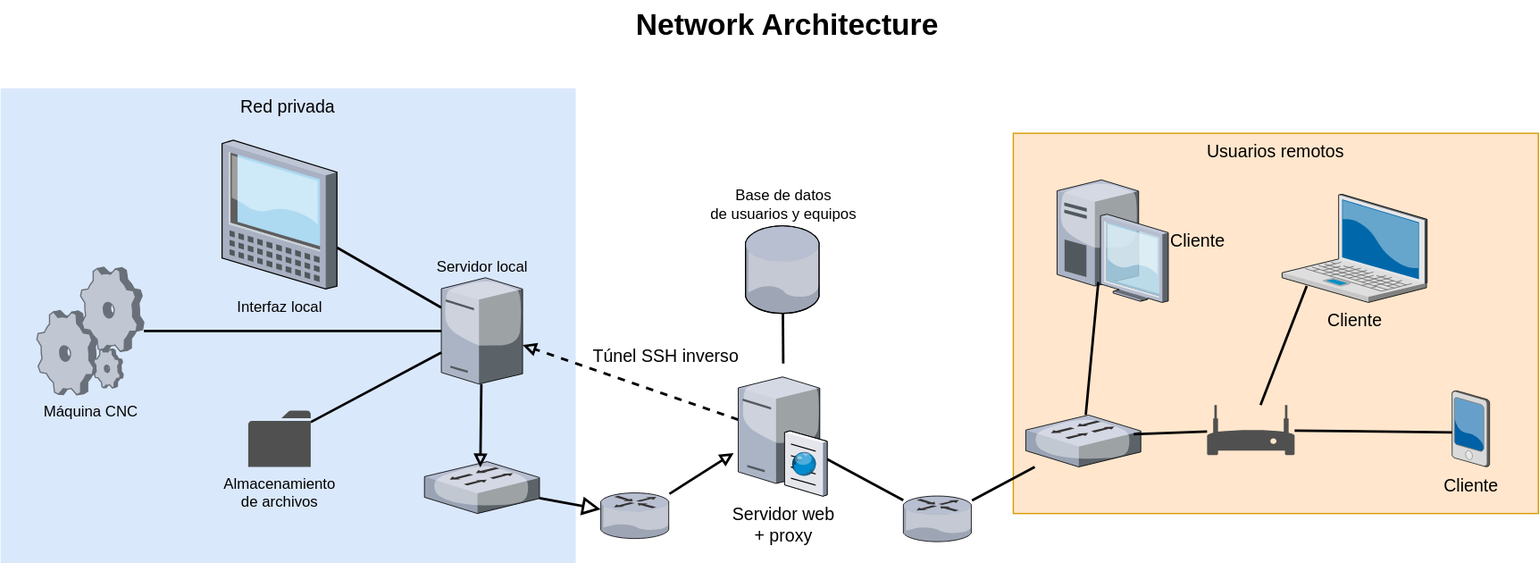
This is docs/design/network/network-diagram.drawio.svg from Leandro-Bertoluzzi/remote-cnc-workgroup, a draw.io export, as it was before one commit. Source tidied: cells renumbered, new cells last; positions are measured from the earlier drawing's top-left corner, leaving out a move shared by most shapes.
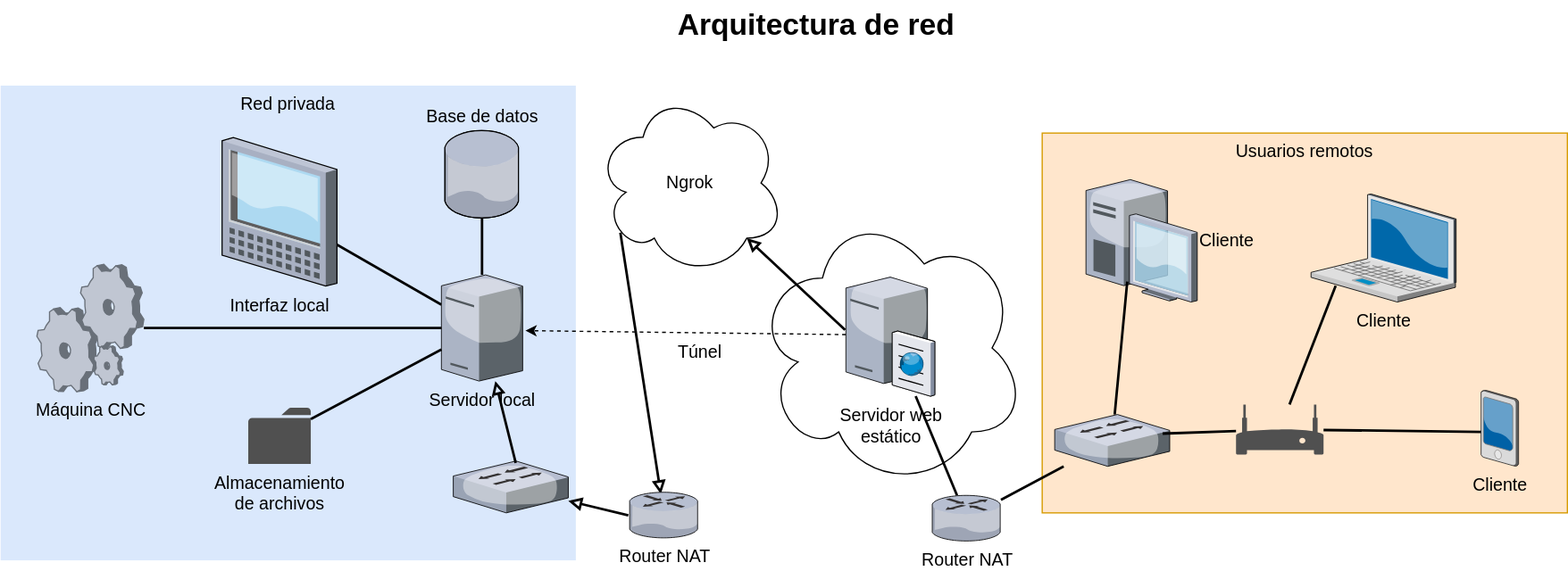
Above is the later version.

Commit message:
docs: Updated network diagram

Diff of the diagram source:
```diff
@@ -2,11 +2,17 @@
   <root>
     <mxCell id="0" style="html=1;" />
     <mxCell id="1" style="html=1;" parent="0" />
+    <mxCell id="34" value="Ngrok" style="ellipse;shape=cloud;whiteSpace=wrap;html=1;fillColor=none;labelPosition=center;verticalLabelPosition=middle;align=center;verticalAlign=middle;fontSize=14;" parent="1" vertex="1">
+      <mxGeometry x="453" y="72.5" width="151" height="147" as="geometry" />
+    </mxCell>
+    <mxCell id="35" style="ellipse;shape=cloud;whiteSpace=wrap;html=1;fillColor=none;" parent="1" vertex="1">
+      <mxGeometry x="580" y="166" width="217" height="224" as="geometry" />
+    </mxCell>
     <mxCell id="2" value="Usuarios remotos" style="whiteSpace=wrap;html=1;fillColor=#ffe6cc;fontSize=14;strokeColor=#d79b00;verticalAlign=top;" parent="1" vertex="1">
       <mxGeometry x="810" y="106" width="420" height="304" as="geometry" />
     </mxCell>
     <mxCell id="3" value="Red privada" style="whiteSpace=wrap;html=1;fillColor=#dae8fc;fontSize=14;strokeColor=none;verticalAlign=top;" parent="1" vertex="1">
-      <mxGeometry y="70" width="460" height="380" as="geometry" />
+      <mxGeometry x="-23" y="68" width="460" height="380" as="geometry" />
     </mxCell>
     <mxCell id="4" value="Cliente" style="verticalLabelPosition=bottom;html=1;verticalAlign=top;strokeColor=none;shape=mxgraph.citrix.laptop_2;fillColor=#66B2FF;gradientColor=#0066CC;fontSize=14;" parent="1" vertex="1">
       <mxGeometry x="1025" y="154.8" width="116" height="86.5" as="geometry" />
@@ -20,19 +26,23 @@
     <mxCell id="7" style="edgeStyle=none;rounded=0;html=1;startSize=10;endSize=10;jettySize=auto;fontSize=14;endArrow=none;endFill=0;strokeWidth=2;" parent="1" edge="1" source="8" target="15">
       <mxGeometry relative="1" as="geometry" />
     </mxCell>
-    <mxCell id="8" style="verticalLabelPosition=bottom;html=1;verticalAlign=top;strokeColor=none;shape=mxgraph.citrix.router;fillColor=#66B2FF;gradientColor=#0066CC;fontSize=14;" parent="1" vertex="1">
+    <mxCell id="8" value="Router NAT" style="verticalLabelPosition=bottom;html=1;verticalAlign=top;strokeColor=none;shape=mxgraph.citrix.router;fillColor=#66B2FF;gradientColor=#0066CC;fontSize=14;" parent="1" vertex="1">
       <mxGeometry x="722" y="396" width="55" height="36.5" as="geometry" />
     </mxCell>
-    <mxCell id="9" style="rounded=0;jettySize=auto;html=1;dashed=1;strokeWidth=2;endArrow=block;endFill=0;" parent="1" edge="1" source="11" target="27">
+    <mxCell id="9" style="rounded=0;jettySize=auto;html=1;strokeWidth=2;endArrow=block;endFill=0;startArrow=none;startFill=0;exitX=0.13;exitY=0.77;exitDx=0;exitDy=0;exitPerimeter=0;entryX=0.455;entryY=0.041;entryDx=0;entryDy=0;entryPerimeter=0;" parent="1" edge="1" source="34" target="39">
       <mxGeometry relative="1" as="geometry" />
     </mxCell>
-    <mxCell id="10" value="Túnel SSH inverso" style="edgeLabel;html=1;align=left;verticalAlign=bottom;fontSize=14;labelPosition=right;verticalLabelPosition=top;" parent="9" vertex="1">
-      <mxGeometry x="0.35" y="1" relative="1" as="geometry">
-        <mxPoint y="-1" as="offset" />
-      </mxGeometry>
-    </mxCell>
+    <mxCell id="36" style="rounded=0;jettySize=auto;html=1;strokeWidth=2;endArrow=block;endFill=0;exitX=-0.009;exitY=0.456;exitDx=0;exitDy=0;exitPerimeter=0;entryX=0.8;entryY=0.8;entryDx=0;entryDy=0;entryPerimeter=0;" parent="1" edge="1" source="11" target="34">
+      <mxGeometry relative="1" as="geometry" />
+    </mxCell>
+    <mxCell id="37" style="rounded=0;jettySize=auto;html=1;dashed=1;entryX=1.034;entryY=0.525;entryDx=0;entryDy=0;entryPerimeter=0;" parent="1" edge="1" source="11" target="27">
+      <mxGeometry relative="1" as="geometry" />
+    </mxCell>
+    <mxCell id="38" value="Túnel" style="edgeLabel;html=1;align=center;verticalAlign=top;labelPosition=center;verticalLabelPosition=bottom;fontSize=14;" parent="37" vertex="1">
+      <mxGeometry x="-0.08" relative="1" as="geometry" />
+    </mxCell>
-    <mxCell id="11" value="Servidor web&lt;br&gt;+ proxy" style="verticalLabelPosition=bottom;html=1;verticalAlign=top;strokeColor=none;shape=mxgraph.citrix.cache_server;fillColor=#66B2FF;gradientColor=#0066CC;fontSize=14;labelPosition=center;align=center;" parent="1" vertex="1">
-      <mxGeometry x="590" y="298.5" width="71" height="97.5" as="geometry" />
+    <mxCell id="11" value="Servidor web&lt;br&gt;estático" style="verticalLabelPosition=bottom;html=1;verticalAlign=top;strokeColor=none;shape=mxgraph.citrix.cache_server;fillColor=#66B2FF;gradientColor=#0066CC;fontSize=14;labelPosition=center;align=center;" parent="1" vertex="1">
+      <mxGeometry x="653" y="219" width="71" height="97.5" as="geometry" />
     </mxCell>
     <mxCell id="12" style="edgeStyle=none;rounded=0;html=1;startSize=10;endSize=10;jettySize=auto;fontSize=14;endArrow=none;endFill=0;strokeWidth=2;entryX=0.371;entryY=0.833;entryDx=0;entryDy=0;entryPerimeter=0;" parent="1" edge="1" source="15" target="5">
       <mxGeometry relative="1" as="geometry" />
@@ -46,7 +56,7 @@
     <mxCell id="15" style="verticalLabelPosition=bottom;html=1;verticalAlign=top;strokeColor=none;shape=mxgraph.citrix.switch;fillColor=#66B2FF;gradientColor=#0066CC;fontSize=14;" parent="1" vertex="1">
       <mxGeometry x="820" y="331.2" width="92" height="41.5" as="geometry" />
     </mxCell>
-    <mxCell id="16" value="Network Architecture" style="text;strokeColor=none;fillColor=none;html=1;fontSize=24;fontStyle=1;verticalAlign=middle;align=center;" parent="1" vertex="1">
+    <mxCell id="16" value="Arquitectura de red" style="text;strokeColor=none;fillColor=none;html=1;fontSize=24;fontStyle=1;verticalAlign=middle;align=center;" parent="1" vertex="1">
       <mxGeometry x="198.1" width="861" height="40" as="geometry" />
     </mxCell>
     <mxCell id="17" value="Cliente" style="verticalLabelPosition=bottom;html=1;verticalAlign=top;strokeColor=none;shape=mxgraph.citrix.pda;fillColor=#66B2FF;gradientColor=#0066CC;fontSize=14;" parent="1" vertex="1">
@@ -58,49 +68,49 @@
     <mxCell id="19" style="sketch=0;shadow=0;dashed=0;html=1;strokeColor=none;fillColor=#505050;labelPosition=center;verticalLabelPosition=bottom;verticalAlign=top;outlineConnect=0;align=center;shape=mxgraph.office.devices.modem;" parent="1" vertex="1">
       <mxGeometry x="965" y="323.2" width="70" height="40" as="geometry" />
     </mxCell>
-    <mxCell id="20" style="edgeStyle=none;rounded=0;html=1;startSize=10;endSize=10;jettySize=auto;fontSize=14;endArrow=block;endFill=0;strokeWidth=2;" parent="1" edge="1" source="23" target="22">
-      <mxGeometry relative="1" as="geometry" />
+    <mxCell id="20" style="edgeStyle=none;rounded=0;html=1;startSize=10;endSize=10;jettySize=auto;fontSize=14;endArrow=block;endFill=0;strokeWidth=2;" parent="1" edge="1" source="x">
+      <mxGeometry relative="1" as="geometry">
+        <mxPoint x="480" y="406.7" as="targetPoint" />
+      </mxGeometry>
     </mxCell>
-    <mxCell id="21" style="rounded=0;jettySize=auto;html=1;entryX=-0.052;entryY=0.648;entryDx=0;entryDy=0;entryPerimeter=0;strokeWidth=2;endArrow=block;endFill=0;" parent="1" edge="1" source="22" target="11">
-      <mxGeometry relative="1" as="geometry" />
-    </mxCell>
-    <mxCell id="22" style="verticalLabelPosition=bottom;html=1;verticalAlign=top;strokeColor=none;shape=mxgraph.citrix.router;fillColor=#66B2FF;gradientColor=#0066CC;fontSize=14;direction=east;" parent="1" vertex="1">
-      <mxGeometry x="480" y="393.5" width="55" height="36.5" as="geometry" />
-    </mxCell>
-    <mxCell id="23" style="verticalLabelPosition=bottom;html=1;verticalAlign=top;strokeColor=none;shape=mxgraph.citrix.switch;fillColor=#66B2FF;gradientColor=#0066CC;fontSize=14;direction=east;" parent="1" vertex="1">
-      <mxGeometry x="339" y="368.5" width="92" height="41.5" as="geometry" />
-    </mxCell>
-    <mxCell id="24" style="rounded=0;jettySize=auto;html=1;strokeWidth=2;endArrow=none;endFill=0;" parent="1" edge="1" source="31">
-      <mxGeometry relative="1" as="geometry">
-        <mxPoint x="626" y="290" as="targetPoint" />
-      </mxGeometry>
+    <mxCell id="24" style="rounded=0;jettySize=auto;html=1;strokeWidth=2;endArrow=none;endFill=0;" parent="1" edge="1" source="31" target="27">
+      <mxGeometry relative="1" as="geometry" />
     </mxCell>
-    <mxCell id="25" style="rounded=0;jettySize=auto;html=1;entryX=0.486;entryY=0.112;entryDx=0;entryDy=0;entryPerimeter=0;strokeWidth=2;endArrow=block;endFill=0;" parent="1" edge="1" source="27" target="23">
-      <mxGeometry relative="1" as="geometry" />
-    </mxCell>
     <mxCell id="26" style="rounded=0;jettySize=auto;html=1;strokeWidth=2;endArrow=none;endFill=0;" parent="1" edge="1" source="27" target="30">
       <mxGeometry relative="1" as="geometry" />
     </mxCell>
-    <mxCell id="27" value="Servidor local" style="verticalLabelPosition=top;sketch=0;html=1;verticalAlign=bottom;strokeColor=none;align=center;outlineConnect=0;shape=mxgraph.citrix.license_server;labelPosition=center;points=[];" parent="1" vertex="1">
-      <mxGeometry x="352.5" y="221.5" width="65" height="85" as="geometry" />
+    <mxCell id="27" value="Servidor local" style="verticalLabelPosition=bottom;sketch=0;html=1;verticalAlign=top;strokeColor=none;align=center;outlineConnect=0;shape=mxgraph.citrix.license_server;labelPosition=center;points=[];fontSize=14;" parent="1" vertex="1">
+      <mxGeometry x="329.5" y="219.5" width="65" height="85" as="geometry" />
     </mxCell>
     <mxCell id="28" style="rounded=0;jettySize=auto;html=1;strokeWidth=2;endArrow=none;endFill=0;" parent="1" edge="1" source="29" target="27">
       <mxGeometry relative="1" as="geometry" />
     </mxCell>
-    <mxCell id="29" value="Máquina CNC" style="verticalLabelPosition=bottom;sketch=0;html=1;verticalAlign=top;strokeColor=none;align=center;outlineConnect=0;shape=mxgraph.citrix.process;" parent="1" vertex="1">
-      <mxGeometry x="29" y="213" width="85.5" height="102" as="geometry" />
+    <mxCell id="29" value="Máquina CNC" style="verticalLabelPosition=bottom;sketch=0;html=1;verticalAlign=top;strokeColor=none;align=center;outlineConnect=0;shape=mxgraph.citrix.process;fontSize=14;" parent="1" vertex="1">
+      <mxGeometry x="6" y="211" width="85.5" height="102" as="geometry" />
     </mxCell>
-    <mxCell id="30" value="Interfaz local" style="verticalLabelPosition=bottom;sketch=0;html=1;verticalAlign=top;strokeColor=none;align=center;outlineConnect=0;shape=mxgraph.citrix.tablet_1;" parent="1" vertex="1">
-      <mxGeometry x="177.1" y="111.5" width="91.9" height="119" as="geometry" />
+    <mxCell id="30" value="Interfaz local" style="verticalLabelPosition=bottom;sketch=0;html=1;verticalAlign=top;strokeColor=none;align=center;outlineConnect=0;shape=mxgraph.citrix.tablet_1;fontSize=14;" parent="1" vertex="1">
+      <mxGeometry x="154.1" y="109.5" width="91.9" height="119" as="geometry" />
     </mxCell>
-    <mxCell id="31" value="Base de datos&lt;br&gt;de usuarios y equipos" style="verticalLabelPosition=top;sketch=0;html=1;verticalAlign=bottom;strokeColor=none;align=center;outlineConnect=0;shape=mxgraph.citrix.database;labelPosition=center;" parent="1" vertex="1">
-      <mxGeometry x="595.8" y="180" width="59.5" height="70" as="geometry" />
+    <mxCell id="31" value="Base de datos" style="verticalLabelPosition=top;sketch=0;html=1;verticalAlign=bottom;strokeColor=none;align=center;outlineConnect=0;shape=mxgraph.citrix.database;labelPosition=center;fontSize=14;" parent="1" vertex="1">
+      <mxGeometry x="332.2" y="104" width="59.5" height="70" as="geometry" />
     </mxCell>
     <mxCell id="32" style="rounded=0;jettySize=auto;html=1;strokeWidth=2;endArrow=none;endFill=0;" parent="1" edge="1" source="33" target="27">
       <mxGeometry relative="1" as="geometry" />
     </mxCell>
-    <mxCell id="33" value="Almacenamiento&lt;br&gt;de archivos" style="sketch=0;shadow=0;dashed=0;html=1;strokeColor=none;fillColor=#505050;labelPosition=center;verticalLabelPosition=bottom;verticalAlign=top;outlineConnect=0;align=center;shape=mxgraph.office.concepts.folder;" parent="1" vertex="1">
-      <mxGeometry x="198.1" y="327.8" width="50" height="45" as="geometry" />
+    <mxCell id="33" value="Almacenamiento&lt;br style=&quot;font-size: 14px;&quot;&gt;de archivos" style="sketch=0;shadow=0;dashed=0;html=1;strokeColor=none;fillColor=#505050;labelPosition=center;verticalLabelPosition=bottom;verticalAlign=top;outlineConnect=0;align=center;shape=mxgraph.office.concepts.folder;fontSize=14;" parent="1" vertex="1">
+      <mxGeometry x="175.1" y="325.8" width="50" height="45" as="geometry" />
     </mxCell>
+    <mxCell id="39" value="&lt;div&gt;Router NAT&lt;/div&gt;" style="verticalLabelPosition=bottom;html=1;verticalAlign=top;strokeColor=none;shape=mxgraph.citrix.router;fillColor=#66B2FF;gradientColor=#0066CC;fontSize=14;direction=east;" parent="1" vertex="1">
+      <mxGeometry x="480" y="393.5" width="55" height="36.5" as="geometry" />
+    </mxCell>
+    <mxCell id="23" style="verticalLabelPosition=bottom;html=1;verticalAlign=top;strokeColor=none;shape=mxgraph.citrix.switch;fillColor=#66B2FF;gradientColor=#0066CC;fontSize=14;direction=east;" parent="1" vertex="1">
+      <mxGeometry x="339" y="368.5" width="92" height="41.5" as="geometry" />
+    </mxCell>
+    <mxCell id="25" style="rounded=0;jettySize=auto;html=1;entryX=0.543;entryY=0.036;entryDx=0;entryDy=0;entryPerimeter=0;strokeWidth=2;startArrow=block;startFill=0;endArrow=none;endFill=0;" parent="1" edge="1" source="27" target="23">
+      <mxGeometry relative="1" as="geometry" />
+    </mxCell>
+    <mxCell id="40" style="rounded=0;jettySize=auto;html=1;entryX=-0.018;entryY=0.507;entryDx=0;entryDy=0;entryPerimeter=0;strokeWidth=2;startArrow=block;startFill=0;endArrow=none;endFill=0;" parent="1" edge="1" source="23" target="39">
+      <mxGeometry relative="1" as="geometry" />
+    </mxCell>
   </root>
 </mxGraphModel>
```
